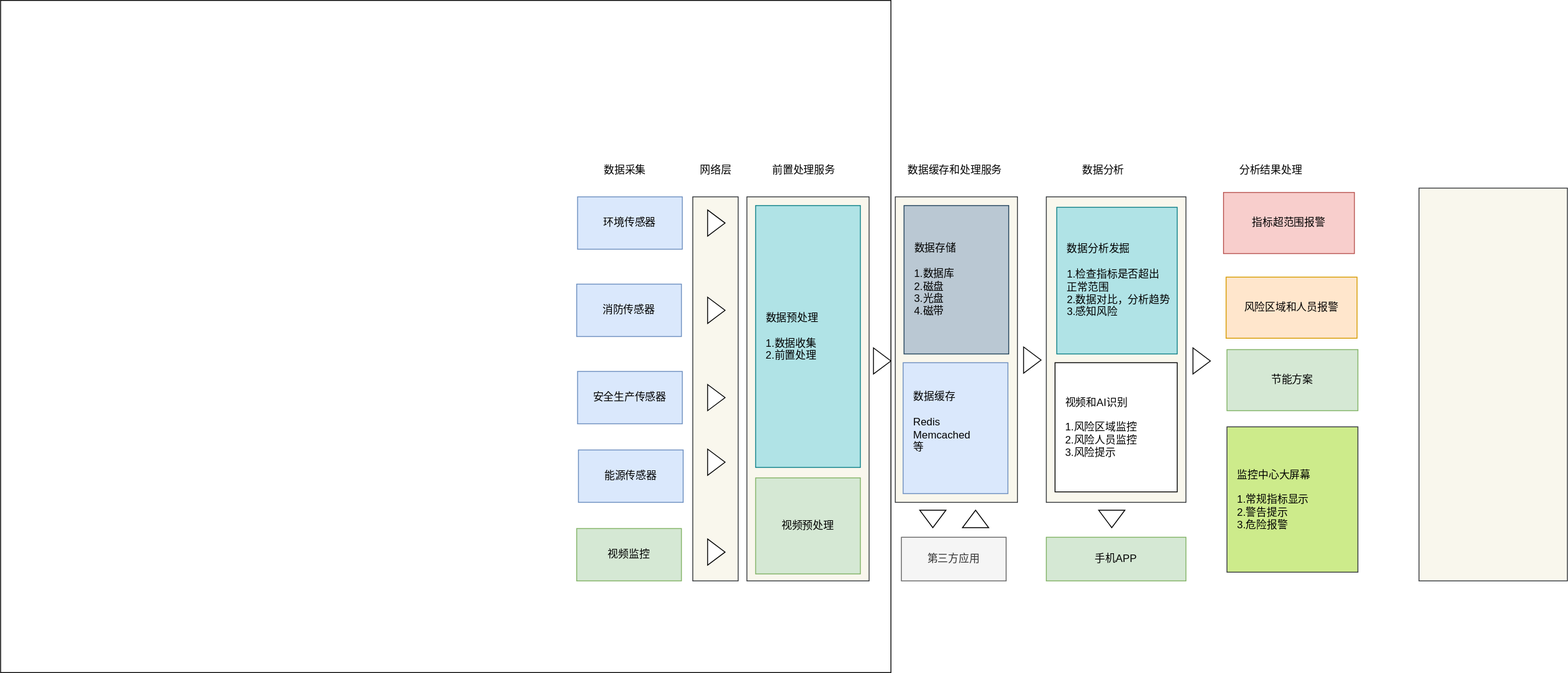
This is b.svg from newproplus/ancheGT, a draw.io export, as it was before one commit. Source tidied: cells renumbered, new cells last; positions are measured from the earlier drawing's top-left corner, leaving out a move shared by most shapes.
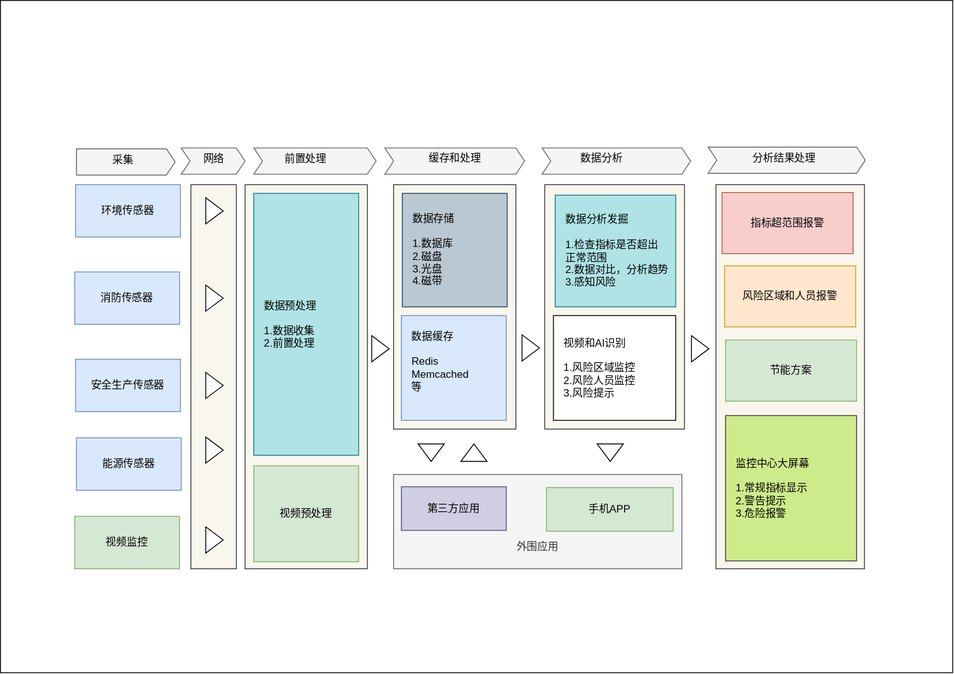
After the change.

What changed in the source:
```diff
@@ -3,10 +3,31 @@
     <mxCell id="0" />
     <mxCell id="1" parent="0" />
     <mxCell id="2" style="rounded=0;whiteSpace=wrap;html=1;" parent="1" vertex="1">
-      <mxGeometry width="1020" height="770" as="geometry" />
+      <mxGeometry x="575" y="14" width="1090" height="770" as="geometry" />
     </mxCell>
+    <mxCell id="42" value="&lt;div&gt;&lt;br&gt;&lt;/div&gt;&lt;div&gt;&lt;br&gt;&lt;/div&gt;&lt;div&gt;&lt;br&gt;&lt;/div&gt;&lt;div&gt;&lt;br&gt;&lt;/div&gt;&lt;div&gt;外围应用&lt;br&gt;&lt;/div&gt;" style="rounded=0;whiteSpace=wrap;html=1;fillColor=#f5f5f5;fontColor=#333333;strokeColor=#666666;" parent="1" vertex="1">
+      <mxGeometry x="1025" y="557" width="330" height="108" as="geometry" />
+    </mxCell>
+    <mxCell id="43" style="html=1;shadow=0;dashed=0;align=center;verticalAlign=middle;shape=mxgraph.arrows2.arrow;dy=0;dx=10;notch=0;fillColor=#f5f5f5;fontColor=#333333;strokeColor=#666666;" parent="1" vertex="1">
+      <mxGeometry x="662" y="184" width="113" height="30" as="geometry" />
+    </mxCell>
+    <mxCell id="44" style="html=1;shadow=0;dashed=0;align=center;verticalAlign=middle;shape=mxgraph.arrows2.arrow;dy=0;dx=10;notch=10;fillColor=#f5f5f5;fontColor=#333333;strokeColor=#666666;" parent="1" vertex="1">
+      <mxGeometry x="782" y="183" width="73" height="30" as="geometry" />
+    </mxCell>
+    <mxCell id="45" style="html=1;shadow=0;dashed=0;align=center;verticalAlign=middle;shape=mxgraph.arrows2.arrow;dy=0;dx=10;notch=10;fillColor=#f5f5f5;fontColor=#333333;strokeColor=#666666;" parent="1" vertex="1">
+      <mxGeometry x="865" y="183" width="140" height="30" as="geometry" />
+    </mxCell>
+    <mxCell id="46" style="html=1;shadow=0;dashed=0;align=center;verticalAlign=middle;shape=mxgraph.arrows2.arrow;dy=0;dx=10;notch=10;fillColor=#f5f5f5;fontColor=#333333;strokeColor=#666666;" parent="1" vertex="1">
+      <mxGeometry x="1015" y="183" width="160" height="30" as="geometry" />
+    </mxCell>
+    <mxCell id="47" style="html=1;shadow=0;dashed=0;align=center;verticalAlign=middle;shape=mxgraph.arrows2.arrow;dy=0;dx=10;notch=10;fillColor=#f5f5f5;fontColor=#333333;strokeColor=#666666;" parent="1" vertex="1">
+      <mxGeometry x="1195" y="183" width="170" height="30" as="geometry" />
+    </mxCell>
+    <mxCell id="48" style="html=1;shadow=0;dashed=0;align=center;verticalAlign=middle;shape=mxgraph.arrows2.arrow;dy=0;dx=10;notch=10;fillColor=#f5f5f5;fontColor=#333333;strokeColor=#666666;" parent="1" vertex="1">
+      <mxGeometry x="1385" y="182" width="180" height="30" as="geometry" />
+    </mxCell>
     <mxCell id="3" style="rounded=0;whiteSpace=wrap;html=1;fillColor=#f9f7ed;strokeColor=#36393d;" parent="1" vertex="1">
-      <mxGeometry x="1625" y="215" width="170" height="450" as="geometry" />
+      <mxGeometry x="1394" y="225" width="170" height="440" as="geometry" />
     </mxCell>
     <mxCell id="4" style="rounded=0;whiteSpace=wrap;html=1;fillColor=#f9f7ed;strokeColor=#36393d;" parent="1" vertex="1">
       <mxGeometry x="855" y="225" width="140" height="440" as="geometry" />
@@ -15,7 +36,7 @@
       <mxGeometry x="793" y="225" width="52" height="440" as="geometry" />
     </mxCell>
     <mxCell id="6" style="rounded=0;whiteSpace=wrap;html=1;fillColor=#f9f7ed;strokeColor=#36393d;" parent="1" vertex="1">
-      <mxGeometry x="1025" y="225" width="140" height="350" as="geometry" />
+      <mxGeometry x="1025" y="225" width="140" height="280" as="geometry" />
     </mxCell>
     <mxCell id="7" value="环境传感器" style="rounded=0;whiteSpace=wrap;html=1;fillColor=#dae8fc;strokeColor=#6c8ebf;" parent="1" vertex="1">
       <mxGeometry x="661" y="225" width="120" height="60" as="geometry" />
@@ -39,19 +60,19 @@
       <mxGeometry x="865" y="547" width="120" height="110" as="geometry" />
     </mxCell>
     <mxCell id="14" value="&lt;div&gt;数据存储&lt;/div&gt;&lt;div&gt;&lt;br&gt;&lt;/div&gt;&lt;div&gt;1.数据库&lt;/div&gt;&lt;div&gt;2.磁盘&lt;/div&gt;&lt;div&gt;3.光盘&lt;/div&gt;&lt;div&gt;4.磁带&lt;br&gt;&lt;/div&gt;" style="rounded=0;whiteSpace=wrap;html=1;align=left;spacingLeft=10;fillColor=#bac8d3;strokeColor=#23445d;" parent="1" vertex="1">
-      <mxGeometry x="1035" y="235" width="120" height="170" as="geometry" />
+      <mxGeometry x="1035" y="235" width="120" height="130" as="geometry" />
     </mxCell>
     <mxCell id="15" style="rounded=0;whiteSpace=wrap;html=1;align=left;spacingLeft=10;fillColor=#f9f7ed;strokeColor=#36393d;" parent="1" vertex="1">
-      <mxGeometry x="1198" y="225" width="160" height="350" as="geometry" />
+      <mxGeometry x="1198" y="225" width="160" height="280" as="geometry" />
     </mxCell>
     <mxCell id="16" value="&lt;div&gt;数据缓存&lt;/div&gt;&lt;div&gt;&lt;br&gt;&lt;/div&gt;&lt;div&gt;Redis&lt;/div&gt;&lt;div&gt;Memcached&lt;/div&gt;&lt;div&gt;等&lt;/div&gt;&lt;div&gt;&lt;br&gt;&lt;/div&gt;" style="rounded=0;whiteSpace=wrap;html=1;align=left;spacingLeft=10;fillColor=#dae8fc;strokeColor=#6c8ebf;" parent="1" vertex="1">
-      <mxGeometry x="1034" y="415" width="120" height="150" as="geometry" />
+      <mxGeometry x="1034" y="375" width="120" height="120" as="geometry" />
     </mxCell>
     <mxCell id="17" value="指标超范围报警" style="rounded=0;whiteSpace=wrap;html=1;fillColor=#f8cecc;strokeColor=#b85450;" parent="1" vertex="1">
-      <mxGeometry x="1401" y="220" width="150" height="70" as="geometry" />
+      <mxGeometry x="1401" y="234" width="150" height="70" as="geometry" />
     </mxCell>
-    <mxCell id="18" value="第三方应用" style="rounded=0;whiteSpace=wrap;html=1;fillColor=#f5f5f5;fontColor=#333333;strokeColor=#666666;" parent="1" vertex="1">
-      <mxGeometry x="1032" y="615" width="120" height="50" as="geometry" />
+    <mxCell id="18" value="第三方应用" style="rounded=0;whiteSpace=wrap;html=1;fillColor=#d0cee2;strokeColor=#56517e;" parent="1" vertex="1">
+      <mxGeometry x="1034" y="571" width="120" height="50" as="geometry" />
     </mxCell>
     <mxCell id="19" style="triangle;whiteSpace=wrap;html=1;" parent="1" vertex="1">
       <mxGeometry x="810" y="240" width="20" height="30" as="geometry" />
@@ -75,52 +96,52 @@
       <mxGeometry x="1172" y="397" width="20" height="30" as="geometry" />
     </mxCell>
     <mxCell id="26" style="triangle;whiteSpace=wrap;html=1;direction=south;" parent="1" vertex="1">
-      <mxGeometry x="1053" y="584" width="30" height="20" as="geometry" />
+      <mxGeometry x="1053" y="522" width="30" height="20" as="geometry" />
     </mxCell>
     <mxCell id="27" style="triangle;whiteSpace=wrap;html=1;direction=north;" parent="1" vertex="1">
-      <mxGeometry x="1102" y="584" width="30" height="20" as="geometry" />
+      <mxGeometry x="1102" y="522" width="30" height="20" as="geometry" />
     </mxCell>
     <mxCell id="28" value="风险区域和人员报警" style="rounded=0;whiteSpace=wrap;html=1;fillColor=#ffe6cc;strokeColor=#d79b00;" parent="1" vertex="1">
-      <mxGeometry x="1404" y="317" width="150" height="70" as="geometry" />
+      <mxGeometry x="1404" y="318" width="150" height="70" as="geometry" />
     </mxCell>
     <mxCell id="29" value="节能方案" style="rounded=0;whiteSpace=wrap;html=1;fillColor=#d5e8d4;strokeColor=#82b366;" parent="1" vertex="1">
-      <mxGeometry x="1405" y="400" width="150" height="70" as="geometry" />
+      <mxGeometry x="1405" y="403" width="150" height="70" as="geometry" />
     </mxCell>
     <mxCell id="30" style="triangle;whiteSpace=wrap;html=1;direction=east;" parent="1" vertex="1">
       <mxGeometry x="1366" y="398" width="20" height="30" as="geometry" />
     </mxCell>
     <mxCell id="31" value="&lt;div&gt;监控中心大屏幕&lt;/div&gt;&lt;div&gt;&lt;br&gt;&lt;/div&gt;&lt;div&gt;1.常规指标显示&lt;/div&gt;&lt;div&gt;2.警告提示&lt;/div&gt;&lt;div&gt;3.危险报警&lt;br&gt;&lt;/div&gt;" style="rounded=0;whiteSpace=wrap;html=1;align=left;spacingLeft=10;fillColor=#cdeb8b;strokeColor=#36393d;" parent="1" vertex="1">
-      <mxGeometry x="1405" y="488.5" width="150" height="166.5" as="geometry" />
+      <mxGeometry x="1405" y="489.5" width="150" height="166.5" as="geometry" />
     </mxCell>
     <mxCell id="32" style="triangle;whiteSpace=wrap;html=1;direction=south;" parent="1" vertex="1">
-      <mxGeometry x="1258" y="584" width="30" height="20" as="geometry" />
+      <mxGeometry x="1258" y="522" width="30" height="20" as="geometry" />
     </mxCell>
     <mxCell id="33" value="手机APP" style="rounded=0;whiteSpace=wrap;html=1;fillColor=#d5e8d4;strokeColor=#82b366;" parent="1" vertex="1">
-      <mxGeometry x="1198" y="615" width="160" height="50" as="geometry" />
+      <mxGeometry x="1200" y="572" width="145" height="50" as="geometry" />
     </mxCell>
-    <mxCell id="34" value="网络层" style="text;html=1;align=center;verticalAlign=middle;fillColor=none;strokeColor=none;rounded=0;" parent="1" vertex="1">
-      <mxGeometry x="794" y="185" width="50" height="20" as="geometry" />
+    <mxCell id="34" value="网络" style="text;html=1;align=center;verticalAlign=middle;fillColor=none;strokeColor=none;rounded=0;" parent="1" vertex="1">
+      <mxGeometry x="799" y="186" width="40" height="20" as="geometry" />
     </mxCell>
-    <mxCell id="35" value="前置处理服务" style="text;html=1;align=center;verticalAlign=middle;fillColor=none;strokeColor=none;rounded=0;" parent="1" vertex="1">
-      <mxGeometry x="875" y="185" width="90" height="20" as="geometry" />
+    <mxCell id="35" value="前置处理" style="text;html=1;align=center;verticalAlign=middle;fillColor=none;strokeColor=none;rounded=0;" parent="1" vertex="1">
+      <mxGeometry x="894" y="186" width="60" height="20" as="geometry" />
     </mxCell>
     <mxCell id="36" value="数据分析" style="text;html=1;align=center;verticalAlign=middle;fillColor=none;strokeColor=none;rounded=0;" parent="1" vertex="1">
       <mxGeometry x="1233" y="185" width="60" height="20" as="geometry" />
     </mxCell>
-    <mxCell id="37" value="数据缓存和处理服务" style="text;html=1;align=center;verticalAlign=middle;fillColor=none;strokeColor=none;rounded=0;" parent="1" vertex="1">
-      <mxGeometry x="1033" y="185" width="120" height="20" as="geometry" />
+    <mxCell id="37" value="缓存和处理" style="text;html=1;align=center;verticalAlign=middle;fillColor=none;strokeColor=none;rounded=0;" parent="1" vertex="1">
+      <mxGeometry x="1055" y="185" width="80" height="20" as="geometry" />
     </mxCell>
     <mxCell id="38" value="分析结果处理" style="text;html=1;align=center;verticalAlign=middle;fillColor=none;strokeColor=none;rounded=0;" parent="1" vertex="1">
-      <mxGeometry x="1410" y="185" width="90" height="20" as="geometry" />
+      <mxGeometry x="1427" y="185" width="90" height="20" as="geometry" />
     </mxCell>
     <mxCell id="39" value="&lt;div&gt;数据分析发掘&lt;/div&gt;&lt;div&gt;&lt;br&gt;&lt;/div&gt;&lt;div&gt;1.检查指标是否超出&lt;/div&gt;&lt;div&gt;正常范围&lt;/div&gt;&lt;div&gt;2.数据对比，分析趋势&lt;/div&gt;&lt;div&gt;3.感知风险&lt;/div&gt;" style="rounded=0;whiteSpace=wrap;html=1;align=left;spacingLeft=10;fillColor=#b0e3e6;strokeColor=#0e8088;" parent="1" vertex="1">
-      <mxGeometry x="1210" y="237" width="138" height="168" as="geometry" />
+      <mxGeometry x="1210" y="237" width="138" height="128" as="geometry" />
     </mxCell>
     <mxCell id="40" value="视频和AI识别&lt;div&gt;&lt;br&gt;&lt;/div&gt;&lt;div&gt;1.风险区域监控&lt;/div&gt;&lt;div&gt;2.风险人员监控&lt;/div&gt;&lt;div&gt;3.风险提示&lt;br&gt;&lt;/div&gt;" style="rounded=0;whiteSpace=wrap;html=1;align=left;spacingLeft=10;" parent="1" vertex="1">
-      <mxGeometry x="1208" y="415" width="140" height="148" as="geometry" />
+      <mxGeometry x="1208" y="375" width="140" height="120" as="geometry" />
     </mxCell>
-    <mxCell id="41" value="数据采集" style="text;html=1;align=center;verticalAlign=middle;fillColor=none;strokeColor=none;rounded=0;" parent="1" vertex="1">
-      <mxGeometry x="685" y="185" width="60" height="20" as="geometry" />
+    <mxCell id="41" value="采集" style="text;html=1;align=center;verticalAlign=middle;fillColor=none;strokeColor=none;rounded=0;" parent="1" vertex="1">
+      <mxGeometry x="695" y="187" width="40" height="20" as="geometry" />
     </mxCell>
   </root>
 </mxGraphModel>
```
